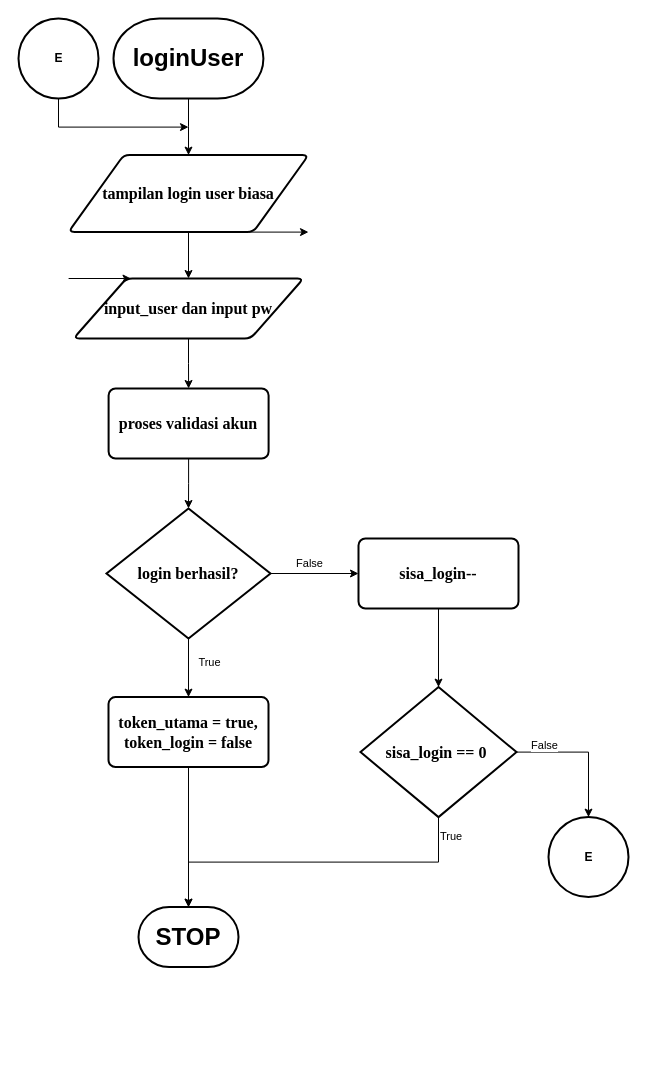
Earlier version of the draw.io diagram page "fungsi loginUser" (2 of 23) of B1-OnyxSmarid.drawio (msarabd/pa_sistem_battle_karakter_anime). Source tidied: cells renumbered, new cells numbered last; positions are measured from the earlier drawing's top-left corner, leaving out a move shared by most shapes. Both pictures are drawn from the tidied source at 100%, with x=0, y=0 at pixel (18, 18).
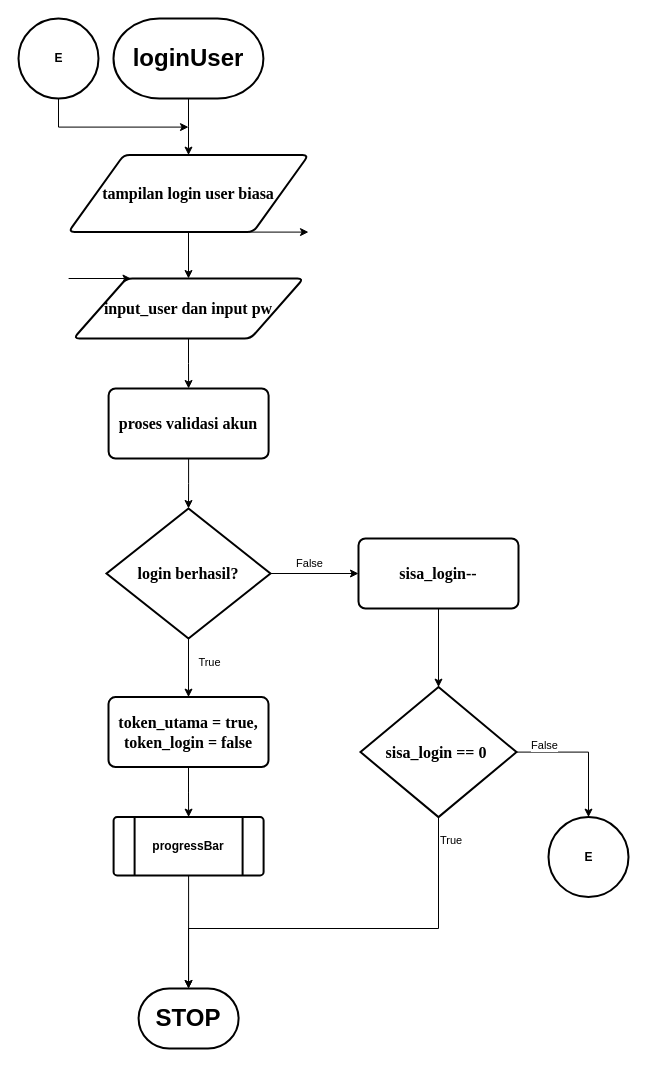
Above is the later version.

Unchanged cells that the change refers to:
```xml
<mxCell id="17" value="token_utama = true, token_login = false" style="rounded=1;whiteSpace=wrap;html=1;absoluteArcSize=1;arcSize=14;strokeWidth=2;fontStyle=1;align=center;fontSize=16;fontFamily=Times New Roman;" parent="1" vertex="1">
  <mxGeometry x="90" y="678.6" width="160" height="70" as="geometry" />
</mxCell>
<mxCell id="20" value="&lt;span style=&quot;font-size: 16px;&quot;&gt;sisa_login == 0&amp;nbsp;&lt;/span&gt;" style="strokeWidth=2;html=1;shape=mxgraph.flowchart.decision;whiteSpace=wrap;fontStyle=1;fontSize=14;fontFamily=Times New Roman;" parent="1" vertex="1">
  <mxGeometry x="342" y="668.6" width="156" height="130" as="geometry" />
</mxCell>
```

What changed in the source:
```diff
@@
+    <mxCell id="30" style="edgeStyle=orthogonalEdgeStyle;rounded=0;jettySize=auto;html=1;" parent="1" edge="1" source="17" target="32">
+      <mxGeometry relative="1" as="geometry" />
+    </mxCell>
@@
     <mxCell id="18" style="edgeStyle=orthogonalEdgeStyle;rounded=0;jettySize=auto;html=1;exitX=0.5;exitY=1;exitDx=0;exitDy=0;exitPerimeter=0;" parent="1" edge="1" source="20" target="23">
-      <mxGeometry relative="1" as="geometry" />
+      <mxGeometry relative="1" as="geometry">
+        <Array as="points">
+          <mxPoint x="420" y="910" />
+          <mxPoint x="170" y="910" />
+        </Array>
+      </mxGeometry>
     </mxCell>
@@
     <mxCell id="23" value="&lt;span style=&quot;font-size: 24px;&quot;&gt;STOP&lt;/span&gt;" style="strokeWidth=2;html=1;shape=mxgraph.flowchart.terminator;whiteSpace=wrap;fontStyle=1;" parent="1" vertex="1">
-      <mxGeometry x="120" y="888.6" width="100" height="60" as="geometry" />
+      <mxGeometry x="120.1" y="970" width="100" height="60" as="geometry" />
     </mxCell>
-    <mxCell id="24" style="edgeStyle=orthogonalEdgeStyle;rounded=0;jettySize=auto;html=1;exitX=0.5;exitY=1;exitDx=0;exitDy=0;entryX=0.5;entryY=0;entryDx=0;entryDy=0;entryPerimeter=0;" parent="1" edge="1" source="17" target="23">
-      <mxGeometry relative="1" as="geometry" />
-    </mxCell>
@@
+    <mxCell id="31" style="edgeStyle=orthogonalEdgeStyle;rounded=0;jettySize=auto;html=1;" parent="1" edge="1" source="32" target="23">
+      <mxGeometry relative="1" as="geometry" />
+    </mxCell>
+    <mxCell id="32" value="progressBar" style="verticalLabelPosition=middle;verticalAlign=middle;html=1;shape=process;whiteSpace=wrap;rounded=1;size=0.14;arcSize=6;strokeWidth=2;labelPosition=center;align=center;fontStyle=1;" parent="1" vertex="1">
+      <mxGeometry x="95.1" y="798.6" width="150" height="58.3" as="geometry" />
+    </mxCell>
```
